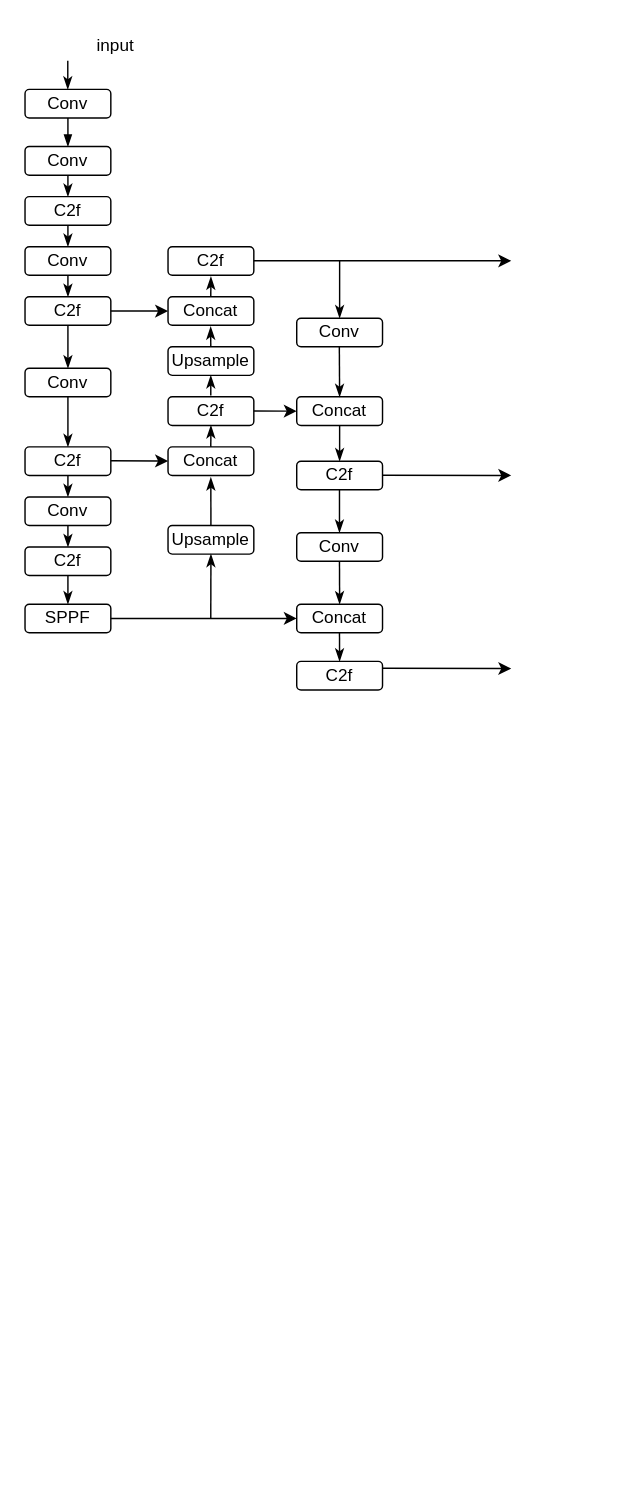
Before: nscot_yolo.drawio in recluse99/tcp_ip, a draw.io diagram. Source tidied: cells renumbered, new cells numbered last; positions are measured from the earlier drawing's top-left corner, leaving out a move shared by most shapes. Both pictures are drawn from the tidied source at 143%, with x=0, y=0 at pixel (24, 24).
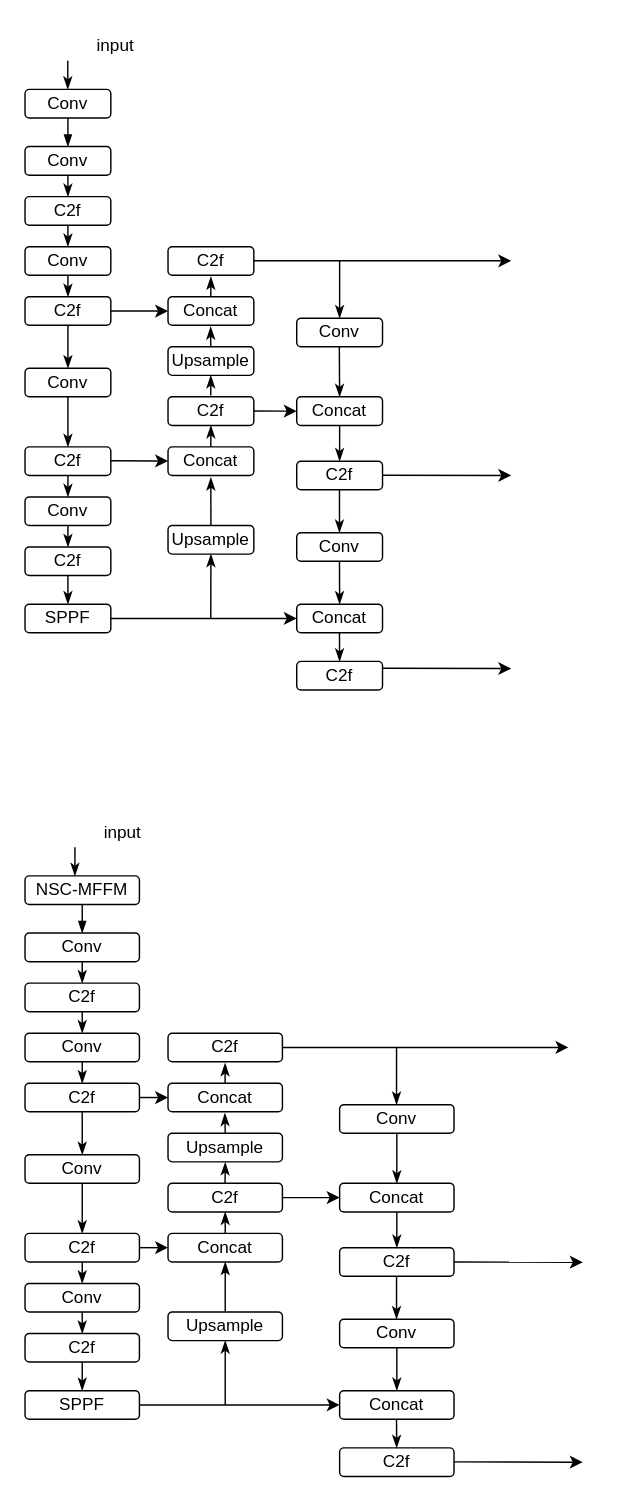
The same diagram, later.

Diff of the diagram source:
```diff
@@
+    <mxCell id="54" value="NSC-MFFM" style="rounded=1;whiteSpace=wrap;html=1;" parent="1" vertex="1">
+      <mxGeometry y="595" width="80" height="20" as="geometry" />
+    </mxCell>
+    <mxCell id="55" style="endArrow=blockThin;html=1;rounded=0;exitX=0.5;exitY=1;exitDx=0;exitDy=0;endFill=1;entryX=0.5;entryY=0;entryDx=0;entryDy=0;jumpSize=4;" parent="1" edge="1" source="54" target="56">
+      <mxGeometry relative="1" as="geometry" />
+    </mxCell>
+    <mxCell id="56" value="Conv" style="rounded=1;whiteSpace=wrap;html=1;" parent="1" vertex="1">
+      <mxGeometry y="635" width="80" height="20" as="geometry" />
+    </mxCell>
+    <mxCell id="57" style="endArrow=classicThin;html=1;rounded=0;exitX=0.5;exitY=1;exitDx=0;exitDy=0;endFill=1;entryX=0.5;entryY=0;entryDx=0;entryDy=0;" parent="1" edge="1" source="56" target="58">
+      <mxGeometry relative="1" as="geometry" />
+    </mxCell>
+    <mxCell id="58" value="C2f" style="rounded=1;whiteSpace=wrap;html=1;" parent="1" vertex="1">
+      <mxGeometry y="670" width="80" height="20" as="geometry" />
+    </mxCell>
+    <mxCell id="59" style="endArrow=classicThin;html=1;rounded=0;exitX=0.5;exitY=1;exitDx=0;exitDy=0;endFill=1;entryX=0.5;entryY=0;entryDx=0;entryDy=0;" parent="1" edge="1">
+      <mxGeometry relative="1" as="geometry">
+        <mxPoint x="34.9" y="575" as="sourcePoint" />
+        <mxPoint x="34.9" y="595" as="targetPoint" />
+      </mxGeometry>
+    </mxCell>
+    <mxCell id="60" value="input" style="text;html=1;align=center;verticalAlign=middle;strokeColor=none;fillColor=none;" parent="1" vertex="1">
+      <mxGeometry x="45" y="550" width="45" height="30" as="geometry" />
+    </mxCell>
+    <mxCell id="61" style="endArrow=classicThin;html=1;rounded=0;exitX=0.5;exitY=1;exitDx=0;exitDy=0;endFill=1;entryX=0.5;entryY=0;entryDx=0;entryDy=0;" parent="1" edge="1" source="58" target="62">
+      <mxGeometry relative="1" as="geometry" />
+    </mxCell>
+    <mxCell id="62" value="Conv" style="rounded=1;whiteSpace=wrap;html=1;" parent="1" vertex="1">
+      <mxGeometry y="705" width="80" height="20" as="geometry" />
+    </mxCell>
+    <mxCell id="63" style="endArrow=classicThin;html=1;rounded=0;exitX=0.5;exitY=1;exitDx=0;exitDy=0;endFill=1;entryX=0.5;entryY=0;entryDx=0;entryDy=0;" parent="1" edge="1" source="62" target="64">
+      <mxGeometry relative="1" as="geometry" />
+    </mxCell>
+    <mxCell id="64" value="C2f" style="rounded=1;whiteSpace=wrap;html=1;" parent="1" vertex="1">
+      <mxGeometry y="740" width="80" height="20" as="geometry" />
+    </mxCell>
+    <mxCell id="65" style="endArrow=classicThin;html=1;rounded=0;exitX=0.5;exitY=1;exitDx=0;exitDy=0;endFill=1;entryX=0.5;entryY=0;entryDx=0;entryDy=0;" parent="1" edge="1" source="64" target="66">
+      <mxGeometry relative="1" as="geometry" />
+    </mxCell>
+    <mxCell id="66" value="Conv" style="rounded=1;whiteSpace=wrap;html=1;" parent="1" vertex="1">
+      <mxGeometry y="790" width="80" height="20" as="geometry" />
+    </mxCell>
+    <mxCell id="67" style="endArrow=classicThin;html=1;rounded=0;exitX=0.5;exitY=1;exitDx=0;exitDy=0;endFill=1;entryX=0.5;entryY=0;entryDx=0;entryDy=0;" parent="1" edge="1" source="66" target="68">
+      <mxGeometry relative="1" as="geometry" />
+    </mxCell>
+    <mxCell id="68" value="C2f" style="rounded=1;whiteSpace=wrap;html=1;" parent="1" vertex="1">
+      <mxGeometry y="845" width="80" height="20" as="geometry" />
+    </mxCell>
+    <mxCell id="69" style="endArrow=classicThin;html=1;rounded=0;exitX=0.5;exitY=1;exitDx=0;exitDy=0;endFill=1;entryX=0.5;entryY=0;entryDx=0;entryDy=0;" parent="1" edge="1" source="68" target="70">
+      <mxGeometry relative="1" as="geometry" />
+    </mxCell>
+    <mxCell id="70" value="Conv" style="rounded=1;whiteSpace=wrap;html=1;" parent="1" vertex="1">
+      <mxGeometry y="880" width="80" height="20" as="geometry" />
+    </mxCell>
+    <mxCell id="71" style="endArrow=classicThin;html=1;rounded=0;exitX=0.5;exitY=1;exitDx=0;exitDy=0;endFill=1;entryX=0.5;entryY=0;entryDx=0;entryDy=0;" parent="1" edge="1" source="70" target="72">
+      <mxGeometry relative="1" as="geometry" />
+    </mxCell>
+    <mxCell id="72" value="C2f" style="rounded=1;whiteSpace=wrap;html=1;" parent="1" vertex="1">
+      <mxGeometry y="915" width="80" height="20" as="geometry" />
+    </mxCell>
+    <mxCell id="73" style="endArrow=classicThin;html=1;rounded=0;exitX=0.5;exitY=1;exitDx=0;exitDy=0;endFill=1;entryX=0.5;entryY=0;entryDx=0;entryDy=0;" parent="1" edge="1" source="72" target="74">
+      <mxGeometry relative="1" as="geometry" />
+    </mxCell>
+    <mxCell id="74" value="SPPF" style="rounded=1;whiteSpace=wrap;html=1;" parent="1" vertex="1">
+      <mxGeometry y="955" width="80" height="20" as="geometry" />
+    </mxCell>
+    <mxCell id="75" value="Concat" style="rounded=1;whiteSpace=wrap;html=1;" parent="1" vertex="1">
+      <mxGeometry x="100" y="845" width="80" height="20" as="geometry" />
+    </mxCell>
+    <mxCell id="76" style="endArrow=classicThin;html=1;rounded=0;endFill=1;exitX=0.5;exitY=0;exitDx=0;exitDy=0;entryX=0.5;entryY=1;entryDx=0;entryDy=0;" parent="1" edge="1" source="80" target="75">
+      <mxGeometry relative="1" as="geometry" />
+    </mxCell>
+    <mxCell id="77" value="Concat" style="rounded=1;whiteSpace=wrap;html=1;" parent="1" vertex="1">
+      <mxGeometry x="100" y="740" width="80" height="20" as="geometry" />
+    </mxCell>
+    <mxCell id="78" value="C2f" style="rounded=1;whiteSpace=wrap;html=1;" parent="1" vertex="1">
+      <mxGeometry x="100" y="705" width="80" height="20" as="geometry" />
+    </mxCell>
+    <mxCell id="79" value="C2f" style="rounded=1;whiteSpace=wrap;html=1;" parent="1" vertex="1">
+      <mxGeometry x="100" y="810" width="80" height="20" as="geometry" />
+    </mxCell>
+    <mxCell id="80" value="Upsample" style="rounded=1;whiteSpace=wrap;html=1;" parent="1" vertex="1">
+      <mxGeometry x="100" y="900" width="80" height="20" as="geometry" />
+    </mxCell>
+    <mxCell id="81" style="endArrow=classic;html=1;rounded=0;" parent="1" edge="1">
+      <mxGeometry relative="1" as="geometry">
+        <mxPoint x="180" y="715" as="sourcePoint" />
+        <mxPoint x="380" y="715" as="targetPoint" />
+      </mxGeometry>
+    </mxCell>
+    <mxCell id="82" style="endArrow=classicThin;html=1;rounded=0;endFill=1;" parent="1" edge="1">
+      <mxGeometry relative="1" as="geometry">
+        <mxPoint x="259.8" y="715" as="sourcePoint" />
+        <mxPoint x="259.8" y="755" as="targetPoint" />
+      </mxGeometry>
+    </mxCell>
+    <mxCell id="83" value="Conv" style="rounded=1;whiteSpace=wrap;html=1;" parent="1" vertex="1">
+      <mxGeometry x="220" y="755" width="80" height="20" as="geometry" />
+    </mxCell>
+    <mxCell id="84" value="Concat" style="rounded=1;whiteSpace=wrap;html=1;" parent="1" vertex="1">
+      <mxGeometry x="220" y="810" width="80" height="20" as="geometry" />
+    </mxCell>
+    <mxCell id="85" value="C2f" style="rounded=1;whiteSpace=wrap;html=1;" parent="1" vertex="1">
+      <mxGeometry x="220" y="855" width="80" height="20" as="geometry" />
+    </mxCell>
+    <mxCell id="86" value="Conv" style="rounded=1;whiteSpace=wrap;html=1;" parent="1" vertex="1">
+      <mxGeometry x="220" y="905" width="80" height="20" as="geometry" />
+    </mxCell>
+    <mxCell id="87" value="Concat" style="rounded=1;whiteSpace=wrap;html=1;" parent="1" vertex="1">
+      <mxGeometry x="220" y="955" width="80" height="20" as="geometry" />
+    </mxCell>
+    <mxCell id="88" value="C2f" style="rounded=1;whiteSpace=wrap;html=1;" parent="1" vertex="1">
+      <mxGeometry x="220" y="995" width="80" height="20" as="geometry" />
+    </mxCell>
+    <mxCell id="89" style="endArrow=classicThin;html=1;rounded=0;endFill=1;exitX=0.5;exitY=1;exitDx=0;exitDy=0;entryX=0.5;entryY=0;entryDx=0;entryDy=0;" parent="1" edge="1" source="83" target="84">
+      <mxGeometry relative="1" as="geometry" />
+    </mxCell>
+    <mxCell id="90" style="endArrow=classicThin;html=1;rounded=0;endFill=1;entryX=0.5;entryY=0;entryDx=0;entryDy=0;exitX=0.5;exitY=1;exitDx=0;exitDy=0;" parent="1" edge="1" source="84" target="85">
+      <mxGeometry relative="1" as="geometry" />
+    </mxCell>
+    <mxCell id="91" style="endArrow=classicThin;html=1;rounded=0;endFill=1;exitX=0.5;exitY=0;exitDx=0;exitDy=0;" parent="1" edge="1">
+      <mxGeometry relative="1" as="geometry">
+        <mxPoint x="259.8" y="875" as="sourcePoint" />
+        <mxPoint x="259.8" y="905" as="targetPoint" />
+      </mxGeometry>
+    </mxCell>
+    <mxCell id="92" style="endArrow=classicThin;html=1;rounded=0;endFill=1;exitX=0.5;exitY=1;exitDx=0;exitDy=0;entryX=0.5;entryY=0;entryDx=0;entryDy=0;" parent="1" edge="1" source="86" target="87">
+      <mxGeometry relative="1" as="geometry" />
+    </mxCell>
+    <mxCell id="93" style="endArrow=classicThin;html=1;rounded=0;endFill=1;exitX=0.5;exitY=0;exitDx=0;exitDy=0;" parent="1" edge="1">
+      <mxGeometry relative="1" as="geometry">
+        <mxPoint x="259.8" y="975" as="sourcePoint" />
+        <mxPoint x="259.9" y="995" as="targetPoint" />
+      </mxGeometry>
+    </mxCell>
+    <mxCell id="94" style="endArrow=classic;html=1;rounded=0;" parent="1" edge="1">
+      <mxGeometry relative="1" as="geometry">
+        <mxPoint x="300" y="865" as="sourcePoint" />
+        <mxPoint x="390" y="865.2" as="targetPoint" />
+      </mxGeometry>
+    </mxCell>
+    <mxCell id="95" style="endArrow=classic;html=1;rounded=0;" parent="1" edge="1">
+      <mxGeometry relative="1" as="geometry">
+        <mxPoint x="300" y="1004.8" as="sourcePoint" />
+        <mxPoint x="390" y="1005" as="targetPoint" />
+      </mxGeometry>
+    </mxCell>
+    <mxCell id="96" style="endArrow=classic;html=1;rounded=0;exitX=1;exitY=0.5;exitDx=0;exitDy=0;entryX=0;entryY=0.5;entryDx=0;entryDy=0;" parent="1" edge="1" source="74" target="87">
+      <mxGeometry relative="1" as="geometry" />
+    </mxCell>
+    <mxCell id="97" style="endArrow=classicThin;html=1;rounded=0;endFill=1;entryX=0.5;entryY=1;entryDx=0;entryDy=0;" parent="1" edge="1" target="80">
+      <mxGeometry relative="1" as="geometry">
+        <mxPoint x="140" y="965" as="sourcePoint" />
+      </mxGeometry>
+    </mxCell>
+    <mxCell id="98" style="endArrow=classic;html=1;rounded=0;" parent="1" edge="1">
+      <mxGeometry relative="1" as="geometry">
+        <mxPoint x="80" y="855" as="sourcePoint" />
+        <mxPoint x="100" y="855" as="targetPoint" />
+      </mxGeometry>
+    </mxCell>
+    <mxCell id="99" value="Upsample" style="rounded=1;whiteSpace=wrap;html=1;" parent="1" vertex="1">
+      <mxGeometry x="100" y="775" width="80" height="20" as="geometry" />
+    </mxCell>
+    <mxCell id="100" style="endArrow=classicThin;html=1;rounded=0;endFill=1;entryX=0.5;entryY=1;entryDx=0;entryDy=0;exitX=0.5;exitY=0;exitDx=0;exitDy=0;" parent="1" edge="1" source="75" target="79">
+      <mxGeometry relative="1" as="geometry" />
+    </mxCell>
+    <mxCell id="101" style="endArrow=classicThin;html=1;rounded=0;endFill=1;entryX=0.499;entryY=1.069;entryDx=0;entryDy=0;entryPerimeter=0;exitX=0.436;exitY=-0.016;exitDx=0;exitDy=0;exitPerimeter=0;" parent="1" edge="1">
+      <mxGeometry relative="1" as="geometry">
+        <mxPoint x="139.9" y="810" as="sourcePoint" />
+        <mxPoint x="140" y="795.3" as="targetPoint" />
+      </mxGeometry>
+    </mxCell>
+    <mxCell id="102" style="endArrow=classicThin;html=1;rounded=0;endFill=1;entryX=0.497;entryY=1.046;entryDx=0;entryDy=0;entryPerimeter=0;" parent="1" edge="1" target="77">
+      <mxGeometry relative="1" as="geometry">
+        <mxPoint x="140" y="775" as="sourcePoint" />
+      </mxGeometry>
+    </mxCell>
+    <mxCell id="103" style="endArrow=classic;html=1;rounded=0;entryX=0;entryY=0.5;entryDx=0;entryDy=0;exitX=1;exitY=0.5;exitDx=0;exitDy=0;" parent="1" edge="1" source="64" target="77">
+      <mxGeometry relative="1" as="geometry" />
+    </mxCell>
+    <mxCell id="104" style="endArrow=classicThin;html=1;rounded=0;endFill=1;exitX=0.5;exitY=0;exitDx=0;exitDy=0;entryX=0.497;entryY=1.046;entryDx=0;entryDy=0;entryPerimeter=0;" parent="1" edge="1">
+      <mxGeometry relative="1" as="geometry">
+        <mxPoint x="139.9" y="740" as="sourcePoint" />
+        <mxPoint x="139.9" y="726" as="targetPoint" />
+      </mxGeometry>
+    </mxCell>
+    <mxCell id="105" style="endArrow=classic;html=1;rounded=0;entryX=0;entryY=0.5;entryDx=0;entryDy=0;" parent="1" edge="1" target="84">
+      <mxGeometry relative="1" as="geometry">
+        <mxPoint x="180" y="820" as="sourcePoint" />
+      </mxGeometry>
+    </mxCell>
```
